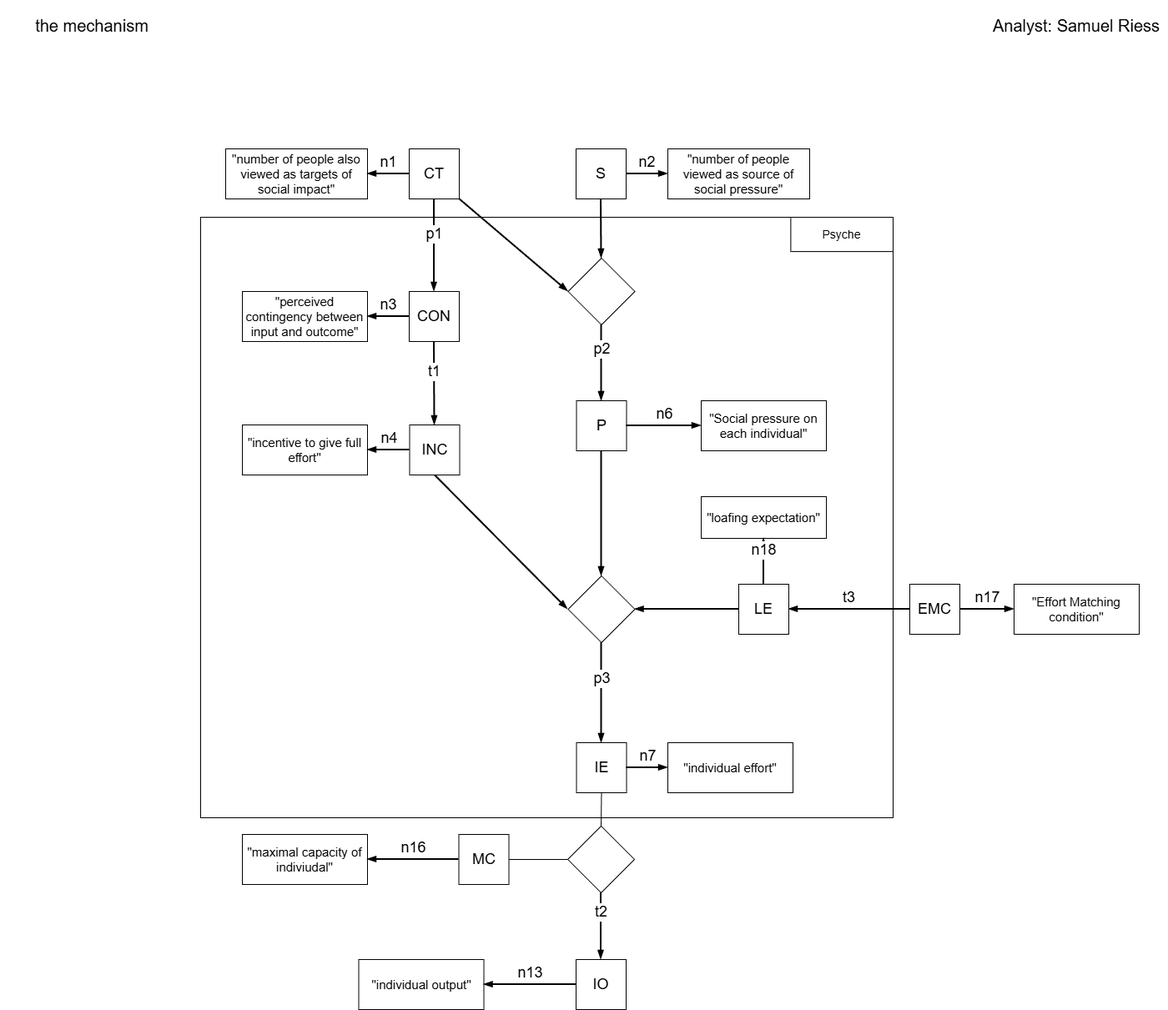
This is doc/VAST_SocialLoafing_Mechanism_noFallacy_image.png from SamRiess/SocialLoafing_FINAL, a draw.io export, as it was before one commit. Source tidied: cells renumbered, new cells last; positions are measured from the earlier drawing's top-left corner, leaving out a move shared by most shapes.
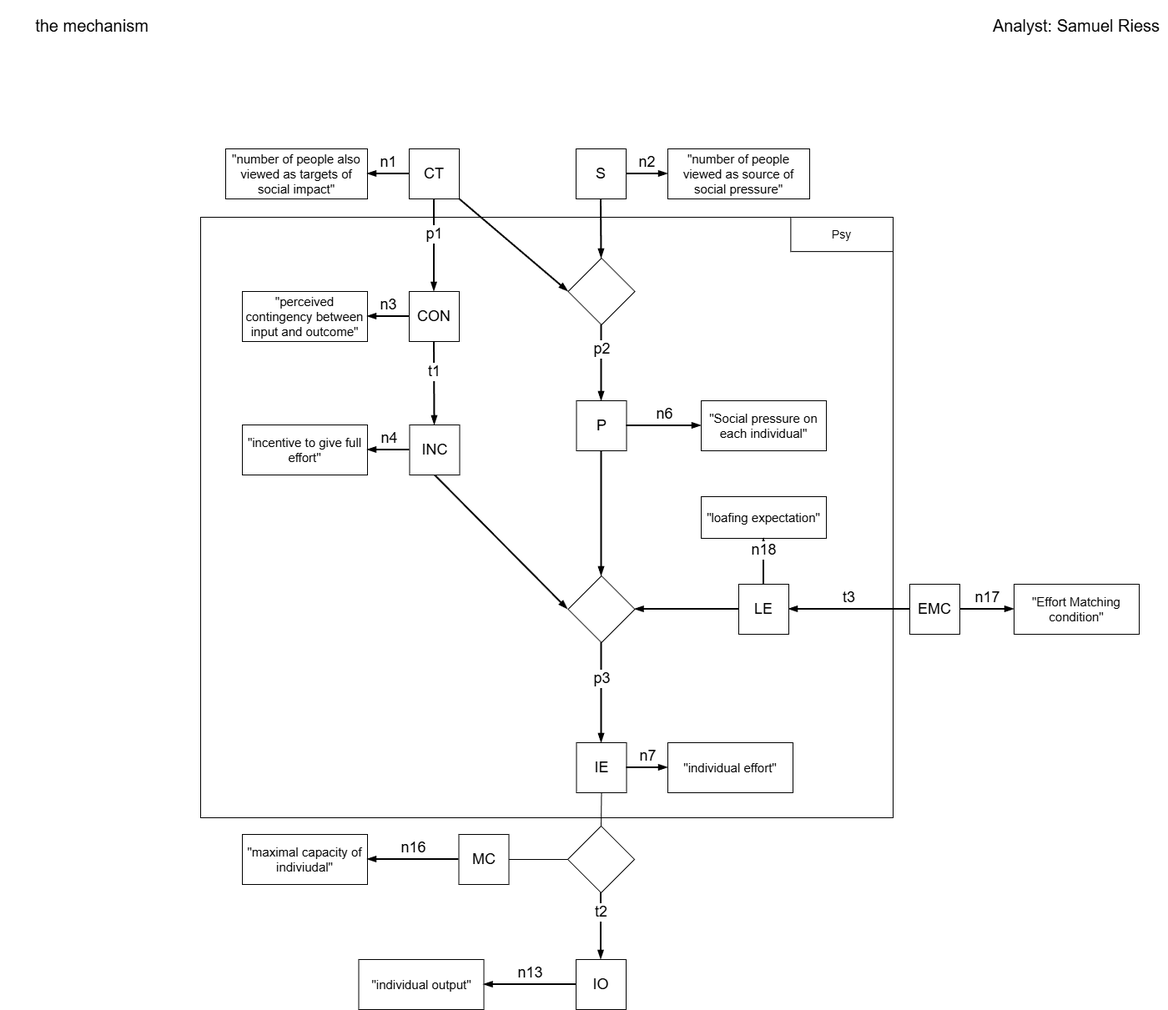
After the commit.

Change to the diagram source:
```diff
@@ -148,7 +148,7 @@
     <mxCell id="49" style="rounded=0;whiteSpace=wrap;html=1;fillColor=none;" parent="48" vertex="1">
       <mxGeometry width="830" height="720" as="geometry" />
     </mxCell>
-    <mxCell id="50" value="Psyche" style="rounded=0;whiteSpace=wrap;html=1;fontSize=14;" parent="48" vertex="1">
+    <mxCell id="50" value="Psy" style="rounded=0;whiteSpace=wrap;html=1;fontSize=14;" parent="48" vertex="1">
       <mxGeometry x="707.4" width="122.6" height="41.1" as="geometry" />
     </mxCell>
     <mxCell id="51" value="&lt;font style=&quot;font-size: 18px;&quot;&gt;LE&lt;/font&gt;" style="whiteSpace=wrap;html=1;fontColor=default;fillColor=default;strokeColor=default;" parent="48" vertex="1">
```
